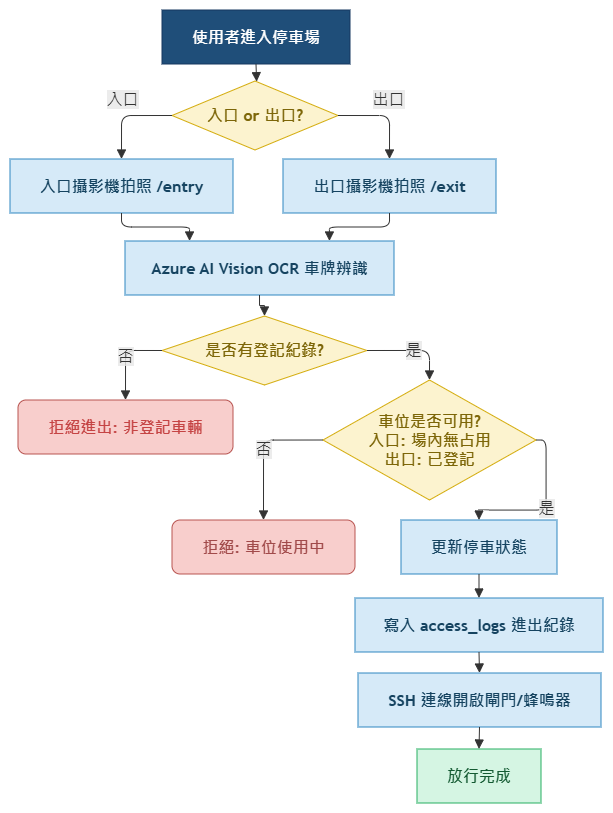
Earlier version of the draw.io export 整體系統流程圖.png (voicetech100/ParkingWeb). Source tidied: cells renumbered, new cells last; positions are measured from the earlier drawing's top-left corner, leaving out a move shared by most shapes.
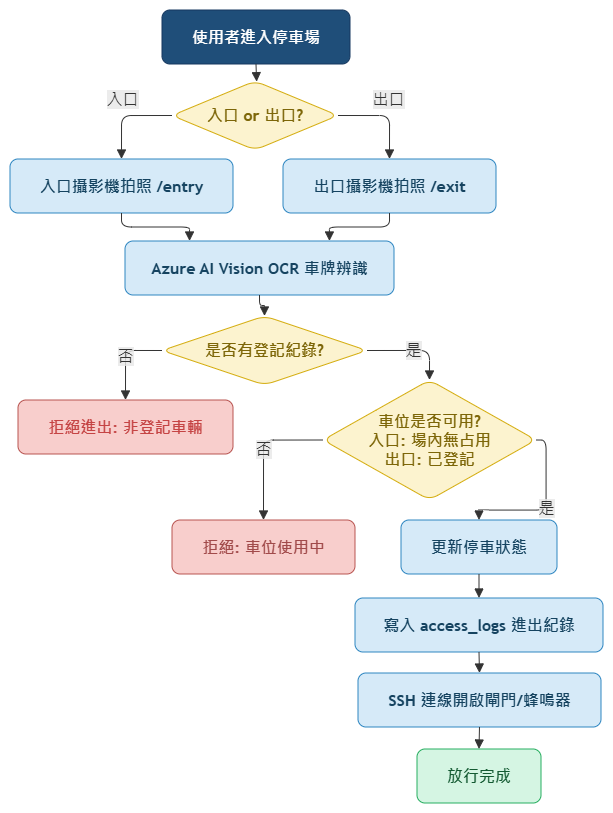
Above is the later version.

The edit, as a diff of the source:
```diff
@@ -2,49 +2,49 @@
   <root>
     <mxCell id="0" />
     <mxCell id="1" parent="0" />
-    <mxCell id="2" style="group;transparentBounds=1;editIcon=1;lockedGroup=0;groupPadding=10;" parent="1" vertex="1">
+    <mxCell id="2" style="group;transparentBounds=1;editIcon=1;lockedGroup=0;groupPadding=10;rounded=1;curved=0;" parent="1" vertex="1">
       <mxGeometry width="524" height="700" as="geometry" />
     </mxCell>
-    <mxCell id="3" value="使用者進入停車場" style="html=1;whiteSpace=wrap;strokeWidth=1;fillColor=#1F4E79;strokeColor=#14365E;fontColor=#FFFFFF;fontFamily=Trebuchet MS,Verdana,Arial,sans-serif;fontSize=16;fontStyle=1;" parent="2" vertex="1">
+    <mxCell id="3" value="使用者進入停車場" style="html=1;whiteSpace=wrap;strokeWidth=1;fillColor=#1F4E79;strokeColor=#14365E;fontColor=#FFFFFF;fontFamily=Trebuchet MS,Verdana,Arial,sans-serif;fontSize=16;fontStyle=1;rounded=1;curved=0;" parent="2" vertex="1">
       <mxGeometry x="182" y="30" width="188" height="54" as="geometry" />
     </mxCell>
-    <mxCell id="4" value="入口 or 出口?" style="rhombus;html=1;strokeWidth=1;whiteSpace=wrap;fillColor=#FCF3CF;strokeColor=#D4AC0D;fontColor=#7D6608;fontFamily=Trebuchet MS,Verdana,Arial,sans-serif;fontSize=16;fontStyle=1;" parent="2" vertex="1">
+    <mxCell id="4" value="入口 or 出口?" style="rhombus;html=1;strokeWidth=1;whiteSpace=wrap;fillColor=#FCF3CF;strokeColor=#D4AC0D;fontColor=#7D6608;fontFamily=Trebuchet MS,Verdana,Arial,sans-serif;fontSize=16;fontStyle=1;rounded=1;curved=0;" parent="2" vertex="1">
       <mxGeometry x="192" y="101" width="166" height="69" as="geometry" />
     </mxCell>
-    <mxCell id="5" value="入口攝影機拍照 /entry" style="html=1;whiteSpace=wrap;strokeWidth=1;fillColor=#D6EAF8;strokeColor=#2E86C1;fontColor=#154360;fontFamily=Trebuchet MS,Verdana,Arial,sans-serif;fontSize=16;fontStyle=1;" parent="2" vertex="1">
+    <mxCell id="5" value="入口攝影機拍照 /entry" style="html=1;whiteSpace=wrap;strokeWidth=1;fillColor=#D6EAF8;strokeColor=#2E86C1;fontColor=#154360;fontFamily=Trebuchet MS,Verdana,Arial,sans-serif;fontSize=16;fontStyle=1;rounded=1;curved=0;" parent="2" vertex="1">
       <mxGeometry x="30" y="179" width="223" height="54" as="geometry" />
     </mxCell>
-    <mxCell id="6" value="出口攝影機拍照 /exit" style="html=1;whiteSpace=wrap;strokeWidth=1;fillColor=#D6EAF8;strokeColor=#2E86C1;fontColor=#154360;fontFamily=Trebuchet MS,Verdana,Arial,sans-serif;fontSize=16;fontStyle=1;" parent="2" vertex="1">
+    <mxCell id="6" value="出口攝影機拍照 /exit" style="html=1;whiteSpace=wrap;strokeWidth=1;fillColor=#D6EAF8;strokeColor=#2E86C1;fontColor=#154360;fontFamily=Trebuchet MS,Verdana,Arial,sans-serif;fontSize=16;fontStyle=1;rounded=1;curved=0;" parent="2" vertex="1">
       <mxGeometry x="303" y="179" width="213" height="54" as="geometry" />
     </mxCell>
-    <mxCell id="7" value="Azure AI Vision OCR 車牌辨識" style="html=1;whiteSpace=wrap;strokeWidth=1;fillColor=#D6EAF8;strokeColor=#2E86C1;fontColor=#154360;fontFamily=Trebuchet MS,Verdana,Arial,sans-serif;fontSize=16;fontStyle=1;" parent="2" vertex="1">
+    <mxCell id="7" value="Azure AI Vision OCR 車牌辨識" style="html=1;whiteSpace=wrap;strokeWidth=1;fillColor=#D6EAF8;strokeColor=#2E86C1;fontColor=#154360;fontFamily=Trebuchet MS,Verdana,Arial,sans-serif;fontSize=16;fontStyle=1;rounded=1;curved=0;" parent="2" vertex="1">
       <mxGeometry x="145" y="261" width="269" height="54" as="geometry" />
     </mxCell>
-    <mxCell id="8" value="是否有登記紀錄?" style="rhombus;html=1;strokeWidth=1;whiteSpace=wrap;fillColor=#FCF3CF;strokeColor=#D4AC0D;fontColor=#7D6608;fontFamily=Trebuchet MS,Verdana,Arial,sans-serif;fontSize=16;fontStyle=1;" parent="2" vertex="1">
+    <mxCell id="8" value="是否有登記紀錄?" style="rhombus;html=1;strokeWidth=1;whiteSpace=wrap;fillColor=#FCF3CF;strokeColor=#D4AC0D;fontColor=#7D6608;fontFamily=Trebuchet MS,Verdana,Arial,sans-serif;fontSize=16;fontStyle=1;rounded=1;curved=0;" parent="2" vertex="1">
       <mxGeometry x="182" y="336" width="205" height="69" as="geometry" />
     </mxCell>
-    <mxCell id="9" value="拒絕進出: 非登記車輛" style="html=1;whiteSpace=wrap;strokeWidth=1;fillColor=#f8cecc;strokeColor=#b85450;fontFamily=Trebuchet MS,Verdana,Arial,sans-serif;fontSize=16;fontStyle=1;fontColor=light-dark(#c54444, #ededed);gradientColor=none;perimeterSpacing=0;rounded=1;" parent="2" vertex="1">
+    <mxCell id="9" value="拒絕進出: 非登記車輛" style="html=1;whiteSpace=wrap;strokeWidth=1;fillColor=#f8cecc;strokeColor=#b85450;fontFamily=Trebuchet MS,Verdana,Arial,sans-serif;fontSize=16;fontStyle=1;fontColor=light-dark(#c54444, #ededed);gradientColor=none;perimeterSpacing=0;rounded=1;curved=0;" parent="2" vertex="1">
       <mxGeometry x="38" y="420" width="215" height="54" as="geometry" />
     </mxCell>
-    <mxCell id="10" value="車位是否可用?&#10;入口: 場內無占用&#10;出口: 已登記" style="rhombus;html=1;strokeWidth=1;whiteSpace=wrap;fillColor=#FCF3CF;strokeColor=#D4AC0D;fontColor=#7D6608;fontFamily=Trebuchet MS,Verdana,Arial,sans-serif;fontSize=16;fontStyle=1;" parent="2" vertex="1">
+    <mxCell id="10" value="車位是否可用?&#10;入口: 場內無占用&#10;出口: 已登記" style="rhombus;html=1;strokeWidth=1;whiteSpace=wrap;fillColor=#FCF3CF;strokeColor=#D4AC0D;fontColor=#7D6608;fontFamily=Trebuchet MS,Verdana,Arial,sans-serif;fontSize=16;fontStyle=1;rounded=1;curved=0;" parent="2" vertex="1">
       <mxGeometry x="343" y="400" width="213" height="120" as="geometry" />
     </mxCell>
-    <mxCell id="11" value="拒絕: 車位使用中" style="html=1;whiteSpace=wrap;strokeWidth=1;fillColor=#f8cecc;strokeColor=#b85450;fontFamily=Trebuchet MS,Verdana,Arial,sans-serif;fontSize=16;fontStyle=1;fontColor=light-dark(#a14a4a, #ededed);rounded=1;" parent="2" vertex="1">
+    <mxCell id="11" value="拒絕: 車位使用中" style="html=1;whiteSpace=wrap;strokeWidth=1;fillColor=#f8cecc;strokeColor=#b85450;fontFamily=Trebuchet MS,Verdana,Arial,sans-serif;fontSize=16;fontStyle=1;fontColor=light-dark(#a14a4a, #ededed);rounded=1;curved=0;" parent="2" vertex="1">
       <mxGeometry x="192" y="540" width="183" height="54" as="geometry" />
     </mxCell>
-    <mxCell id="12" value="更新停車狀態" style="html=1;whiteSpace=wrap;strokeWidth=1;fillColor=#D6EAF8;strokeColor=#2E86C1;fontColor=#154360;fontFamily=Trebuchet MS,Verdana,Arial,sans-serif;fontSize=16;fontStyle=1;" parent="2" vertex="1">
+    <mxCell id="12" value="更新停車狀態" style="html=1;whiteSpace=wrap;strokeWidth=1;fillColor=#D6EAF8;strokeColor=#2E86C1;fontColor=#154360;fontFamily=Trebuchet MS,Verdana,Arial,sans-serif;fontSize=16;fontStyle=1;rounded=1;curved=0;" parent="2" vertex="1">
       <mxGeometry x="421" y="540" width="156" height="54" as="geometry" />
     </mxCell>
-    <mxCell id="13" value="寫入 access_logs 進出紀錄" style="html=1;whiteSpace=wrap;strokeWidth=1;fillColor=#D6EAF8;strokeColor=#2E86C1;fontColor=#154360;fontFamily=Trebuchet MS,Verdana,Arial,sans-serif;fontSize=16;fontStyle=1;" parent="2" vertex="1">
+    <mxCell id="13" value="寫入 access_logs 進出紀錄" style="html=1;whiteSpace=wrap;strokeWidth=1;fillColor=#D6EAF8;strokeColor=#2E86C1;fontColor=#154360;fontFamily=Trebuchet MS,Verdana,Arial,sans-serif;fontSize=16;fontStyle=1;rounded=1;curved=0;" parent="2" vertex="1">
       <mxGeometry x="375" y="618" width="248" height="54" as="geometry" />
     </mxCell>
-    <mxCell id="14" value="SSH 連線開啟閘門/蜂鳴器" style="html=1;whiteSpace=wrap;strokeWidth=1;fillColor=#D6EAF8;strokeColor=#2E86C1;fontColor=#154360;fontFamily=Trebuchet MS,Verdana,Arial,sans-serif;fontSize=16;fontStyle=1;" parent="2" vertex="1">
+    <mxCell id="14" value="SSH 連線開啟閘門/蜂鳴器" style="html=1;whiteSpace=wrap;strokeWidth=1;fillColor=#D6EAF8;strokeColor=#2E86C1;fontColor=#154360;fontFamily=Trebuchet MS,Verdana,Arial,sans-serif;fontSize=16;fontStyle=1;rounded=1;curved=0;" parent="2" vertex="1">
       <mxGeometry x="378" y="693" width="243" height="54" as="geometry" />
     </mxCell>
-    <mxCell id="15" value="放行完成" style="html=1;whiteSpace=wrap;strokeWidth=1;fillColor=#D5F5E3;strokeColor=#27AE60;fontColor=#145A32;fontFamily=Trebuchet MS,Verdana,Arial,sans-serif;fontSize=16;fontStyle=1;" parent="2" vertex="1">
+    <mxCell id="15" value="放行完成" style="html=1;whiteSpace=wrap;strokeWidth=1;fillColor=#D5F5E3;strokeColor=#27AE60;fontColor=#145A32;fontFamily=Trebuchet MS,Verdana,Arial,sans-serif;fontSize=16;fontStyle=1;rounded=1;curved=0;" parent="2" vertex="1">
       <mxGeometry x="437" y="769" width="124" height="54" as="geometry" />
     </mxCell>
-    <mxCell id="16" style="curved=1;startArrow=none;endArrow=block;endSize=7;strokeColor=light-dark(#333333,#cccccc);exitX=0.5;exitY=1;entryX=0.51;entryY=0;rounded=0;" parent="2" edge="1" source="3" target="4">
+    <mxCell id="16" style="curved=0;startArrow=none;endArrow=block;endSize=7;strokeColor=light-dark(#333333,#cccccc);exitX=0.5;exitY=1;entryX=0.51;entryY=0;rounded=1;" parent="2" edge="1" source="3" target="4">
       <mxGeometry relative="1" as="geometry" />
     </mxCell>
     <mxCell id="17" value="入口" style="startArrow=none;endArrow=block;endSize=7;strokeColor=light-dark(#333333,#cccccc);html=1;fontSize=16;labelBackgroundColor=light-dark(#E8E8E88D,#2a2a2a8D);fontFamily=Trebuchet MS,Verdana,Arial,sans-serif;fontColor=light-dark(#333333,#cccccc);exitX=0;exitY=0.5;entryX=0.5;entryY=0;rounded=1;exitDx=0;exitDy=0;edgeStyle=orthogonalEdgeStyle;curved=0;" parent="2" edge="1" source="4" target="5">
@@ -53,13 +53,13 @@
     <mxCell id="18" value="出口" style="startArrow=none;endArrow=block;endSize=7;strokeColor=light-dark(#333333,#cccccc);html=1;fontSize=16;labelBackgroundColor=light-dark(#E8E8E88D,#2a2a2a8D);fontFamily=Trebuchet MS,Verdana,Arial,sans-serif;fontColor=light-dark(#333333,#cccccc);exitX=1;exitY=0.5;entryX=0.5;entryY=0;rounded=1;exitDx=0;exitDy=0;edgeStyle=orthogonalEdgeStyle;curved=0;" parent="2" edge="1" source="4" target="6">
       <mxGeometry x="0.05" y="16" relative="1" as="geometry" />
     </mxCell>
-    <mxCell id="19" style="startArrow=none;endArrow=block;endSize=7;strokeColor=light-dark(#333333,#cccccc);exitX=0.5;exitY=1;entryX=0.24;entryY=0;rounded=1;edgeStyle=orthogonalEdgeStyle;" parent="2" edge="1" source="5" target="7">
+    <mxCell id="19" style="startArrow=none;endArrow=block;endSize=7;strokeColor=light-dark(#333333,#cccccc);exitX=0.5;exitY=1;entryX=0.24;entryY=0;rounded=1;edgeStyle=orthogonalEdgeStyle;curved=0;" parent="2" edge="1" source="5" target="7">
       <mxGeometry relative="1" as="geometry" />
     </mxCell>
-    <mxCell id="20" style="startArrow=none;endArrow=block;endSize=7;strokeColor=light-dark(#333333,#cccccc);exitX=0.5;exitY=1;entryX=0.76;entryY=0;rounded=1;edgeStyle=orthogonalEdgeStyle;" parent="2" edge="1" source="6" target="7">
+    <mxCell id="20" style="startArrow=none;endArrow=block;endSize=7;strokeColor=light-dark(#333333,#cccccc);exitX=0.5;exitY=1;entryX=0.76;entryY=0;rounded=1;edgeStyle=orthogonalEdgeStyle;curved=0;" parent="2" edge="1" source="6" target="7">
       <mxGeometry relative="1" as="geometry" />
     </mxCell>
-    <mxCell id="21" style="startArrow=none;endArrow=block;endSize=7;strokeColor=light-dark(#333333,#cccccc);exitX=0.5;exitY=1;entryX=0.5;entryY=0;rounded=0;edgeStyle=orthogonalEdgeStyle;entryDx=0;entryDy=0;" parent="2" edge="1" source="7" target="8">
+    <mxCell id="21" style="startArrow=none;endArrow=block;endSize=7;strokeColor=light-dark(#333333,#cccccc);exitX=0.5;exitY=1;entryX=0.5;entryY=0;rounded=1;edgeStyle=orthogonalEdgeStyle;entryDx=0;entryDy=0;curved=0;" parent="2" edge="1" source="7" target="8">
       <mxGeometry relative="1" as="geometry" />
     </mxCell>
     <mxCell id="22" value="否" style="startArrow=none;endArrow=block;endSize=7;strokeColor=light-dark(#333333,#cccccc);html=1;fontSize=16;labelBackgroundColor=light-dark(#E8E8E88D,#2a2a2a8D);fontFamily=Trebuchet MS,Verdana,Arial,sans-serif;fontColor=light-dark(#333333,#cccccc);exitX=0;exitY=0.5;entryX=0.5;entryY=0;rounded=1;edgeStyle=orthogonalEdgeStyle;exitDx=0;exitDy=0;curved=0;" parent="2" edge="1" source="8" target="9">
@@ -74,13 +74,13 @@
     <mxCell id="25" value="是" style="startArrow=none;endArrow=block;endSize=7;strokeColor=light-dark(#333333,#cccccc);html=1;fontSize=16;labelBackgroundColor=light-dark(#E8E8E88D,#2a2a2a8D);fontFamily=Trebuchet MS,Verdana,Arial,sans-serif;fontColor=light-dark(#333333,#cccccc);exitX=1;exitY=0.5;entryX=0.5;entryY=0;rounded=1;edgeStyle=orthogonalEdgeStyle;curved=0;exitDx=0;exitDy=0;" parent="2" edge="1" source="10" target="12">
       <mxGeometry relative="1" as="geometry" />
     </mxCell>
-    <mxCell id="26" style="curved=1;startArrow=none;endArrow=block;endSize=7;strokeColor=light-dark(#333333,#cccccc);exitX=0.5;exitY=1;entryX=0.5;entryY=0;rounded=0;" parent="2" edge="1" source="12" target="13">
+    <mxCell id="26" style="curved=0;startArrow=none;endArrow=block;endSize=7;strokeColor=light-dark(#333333,#cccccc);exitX=0.5;exitY=1;entryX=0.5;entryY=0;rounded=1;" parent="2" edge="1" source="12" target="13">
       <mxGeometry relative="1" as="geometry" />
     </mxCell>
-    <mxCell id="27" style="curved=1;startArrow=none;endArrow=block;endSize=7;strokeColor=light-dark(#333333,#cccccc);exitX=0.5;exitY=1;entryX=0.5;entryY=0;rounded=0;" parent="2" edge="1" source="13" target="14">
+    <mxCell id="27" style="curved=0;startArrow=none;endArrow=block;endSize=7;strokeColor=light-dark(#333333,#cccccc);exitX=0.5;exitY=1;entryX=0.5;entryY=0;rounded=1;" parent="2" edge="1" source="13" target="14">
       <mxGeometry relative="1" as="geometry" />
     </mxCell>
-    <mxCell id="28" style="curved=1;startArrow=none;endArrow=block;endSize=7;strokeColor=light-dark(#333333,#cccccc);exitX=0.5;exitY=1;entryX=0.5;entryY=0;rounded=0;" parent="2" edge="1" source="14" target="15">
+    <mxCell id="28" style="curved=0;startArrow=none;endArrow=block;endSize=7;strokeColor=light-dark(#333333,#cccccc);exitX=0.5;exitY=1;entryX=0.5;entryY=0;rounded=1;" parent="2" edge="1" source="14" target="15">
       <mxGeometry relative="1" as="geometry" />
     </mxCell>
   </root>
```
